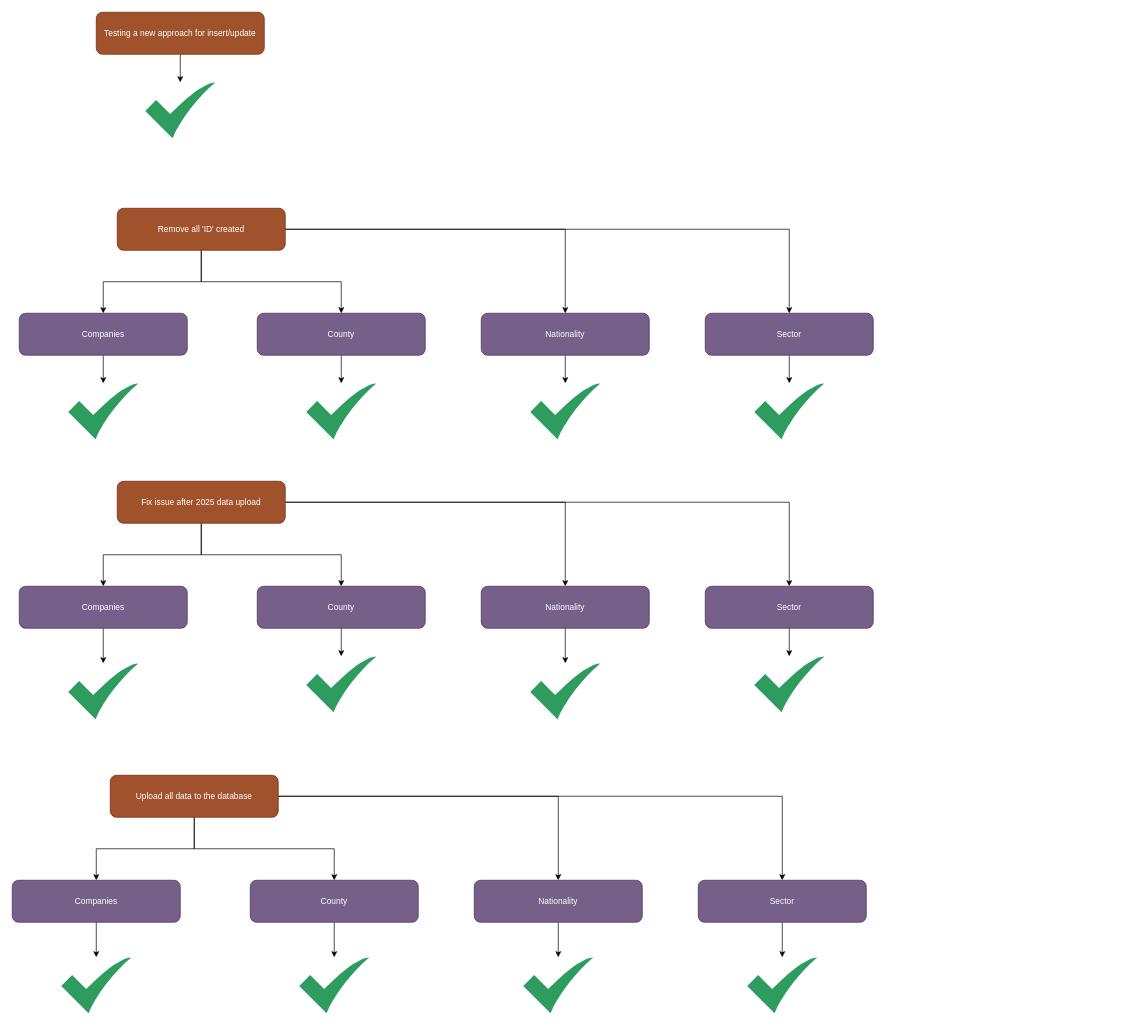
The draw.io diagram page "done" (3 of 3) of assets/notes.drawio in vinicius-silva-ep/ie-employment-permit, before the edit. Source tidied: cells renumbered, new cells numbered last; positions are measured from the earlier drawing's top-left corner, leaving out a move shared by most shapes. Both pictures are drawn from the tidied source at 70%, with x=0, y=0 at pixel (12, 12).
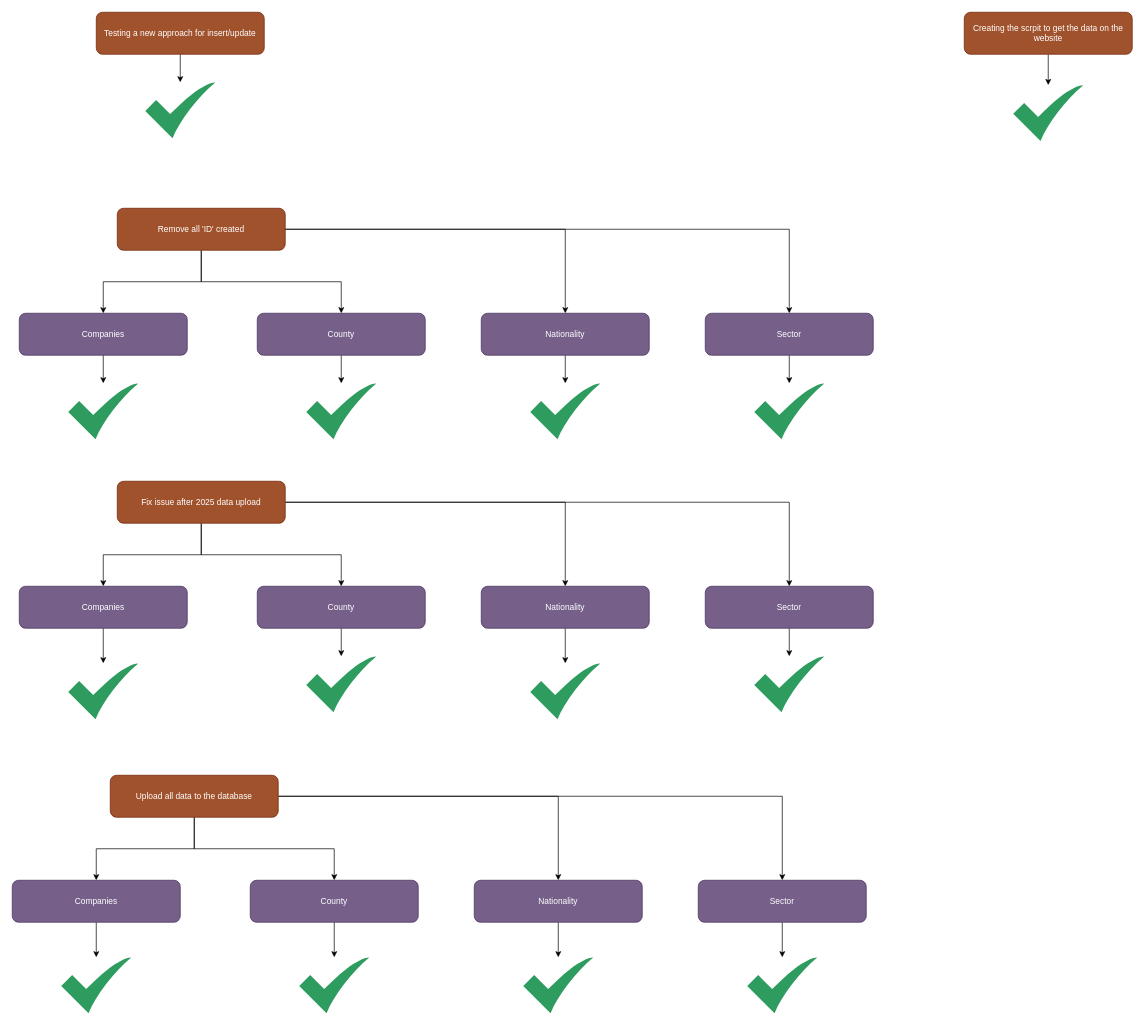
The same page after the edit.

Commit message (it also covers changes not shown here):
fix: data extraction

Diff of the diagram source:
```diff
@@
+    <mxCell id="56" style="edgeStyle=orthogonalEdgeStyle;rounded=0;jettySize=auto;html=1;" parent="1" edge="1" source="57" target="58">
+      <mxGeometry relative="1" as="geometry" />
+    </mxCell>
+    <mxCell id="57" value="Creating the scrpit to get the data on the website" style="rounded=1;whiteSpace=wrap;html=1;fillColor=#a0522d;fontColor=#ffffff;strokeColor=#6D1F00;" parent="1" vertex="1">
+      <mxGeometry x="1360" width="240" height="60" as="geometry" />
+    </mxCell>
+    <mxCell id="58" style="sketch=0;html=1;strokeColor=none;shadow=0;align=center;fillColor=#2D9C5E;verticalAlign=top;labelPosition=center;verticalLabelPosition=bottom;shape=mxgraph.gcp2.check;" parent="1" vertex="1">
+      <mxGeometry x="1430" y="104" width="100" height="80" as="geometry" />
+    </mxCell>
```
